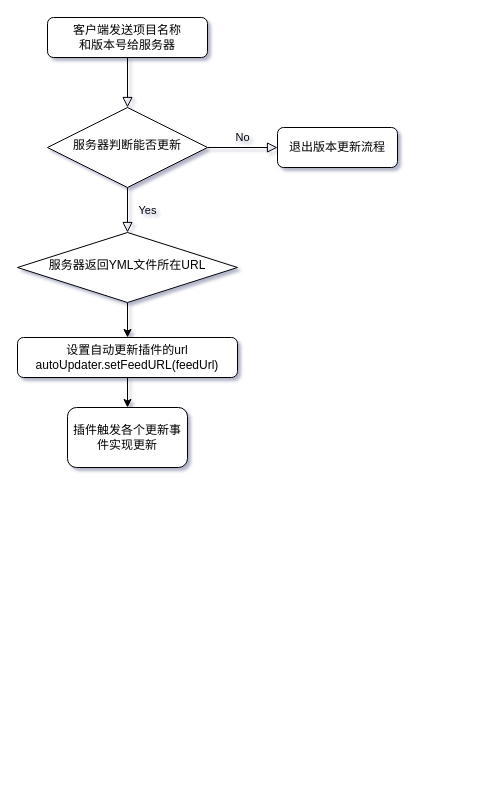
Before: 流程图/app版本更新实现.drawio in bitbw/my-gallery, a draw.io diagram. Source tidied: cells renumbered, new cells numbered last; positions are measured from the earlier drawing's top-left corner, leaving out a move shared by most shapes. Both pictures are drawn from the tidied source at 100%, with x=0, y=0 at pixel (17, 17).
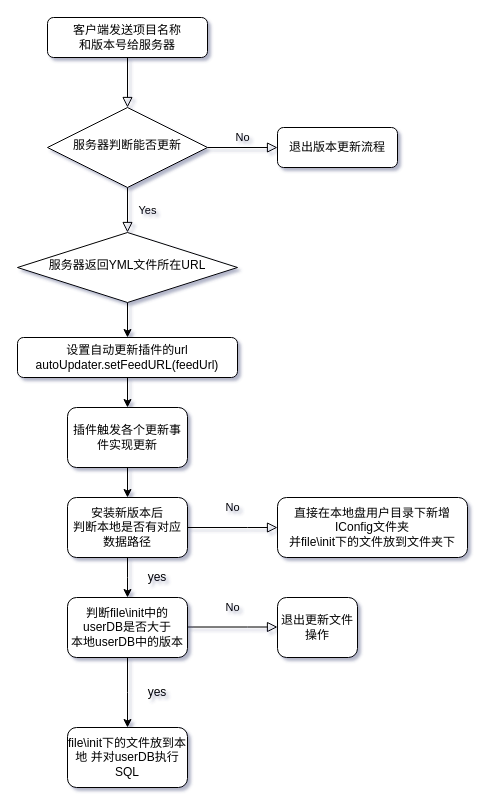
The same page after the edit.

Commit message (it also covers changes not shown here):
更新app版本更新实现.drawio

The change refers to these unchanged cells:
```xml
<mxCell id="12" value="插件触发各个更新事件实现更新" style="rounded=1;whiteSpace=wrap;html=1;" parent="1" vertex="1">
  <mxGeometry x="50" y="390" width="120" height="60" as="geometry" />
</mxCell>
```

Diff of the diagram source:
```diff
@@
+    <mxCell id="13" style="edgeStyle=orthogonalEdgeStyle;rounded=0;jettySize=auto;html=1;exitX=0.5;exitY=1;exitDx=0;exitDy=0;" parent="1" edge="1" source="12">
+      <mxGeometry relative="1" as="geometry">
+        <mxPoint x="110" y="480" as="targetPoint" />
+      </mxGeometry>
+    </mxCell>
@@
+    <mxCell id="14" style="edgeStyle=orthogonalEdgeStyle;rounded=0;jettySize=auto;html=1;" parent="1" edge="1" source="15">
+      <mxGeometry relative="1" as="geometry">
+        <mxPoint x="110" y="580" as="targetPoint" />
+      </mxGeometry>
+    </mxCell>
+    <mxCell id="15" value="安装新版本后&lt;br&gt;判断本地是否有对应数据路径" style="rounded=1;whiteSpace=wrap;html=1;" parent="1" vertex="1">
+      <mxGeometry x="50" y="480" width="120" height="60" as="geometry" />
+    </mxCell>
+    <mxCell id="16" value="No" style="edgeStyle=orthogonalEdgeStyle;rounded=0;html=1;jettySize=auto;fontSize=11;endArrow=block;endFill=0;endSize=8;strokeWidth=1;shadow=0;labelBackgroundColor=none;exitX=1;exitY=0.5;exitDx=0;exitDy=0;" parent="1" edge="1" source="15">
+      <mxGeometry y="20" relative="1" as="geometry">
+        <mxPoint x="260" y="510" as="targetPoint" />
+        <Array as="points">
+          <mxPoint x="230" y="510" />
+          <mxPoint x="230" y="510" />
+        </Array>
+      </mxGeometry>
+    </mxCell>
+    <mxCell id="17" value="直接在本地盘用户目录下新增IConfig文件夹&lt;br&gt;并file\init下的文件放到文件夹下" style="rounded=1;whiteSpace=wrap;html=1;" parent="1" vertex="1">
+      <mxGeometry x="260" y="480" width="190" height="60" as="geometry" />
+    </mxCell>
+    <mxCell id="18" value="yes" style="text;html=1;strokeColor=none;fillColor=none;align=center;verticalAlign=middle;whiteSpace=wrap;rounded=0;" parent="1" vertex="1">
+      <mxGeometry x="120" y="550" width="40" height="20" as="geometry" />
+    </mxCell>
+    <mxCell id="19" style="edgeStyle=orthogonalEdgeStyle;rounded=0;jettySize=auto;html=1;" parent="1" edge="1" source="20">
+      <mxGeometry relative="1" as="geometry">
+        <mxPoint x="110" y="710" as="targetPoint" />
+      </mxGeometry>
+    </mxCell>
+    <mxCell id="20" value="判断file\init中的userDB是否大于&lt;br&gt;本地userDB中的版本" style="rounded=1;whiteSpace=wrap;html=1;" parent="1" vertex="1">
+      <mxGeometry x="50" y="580" width="120" height="60" as="geometry" />
+    </mxCell>
+    <mxCell id="21" value="No" style="edgeStyle=orthogonalEdgeStyle;rounded=0;html=1;jettySize=auto;orthogonalLoop=1;fontSize=11;endArrow=block;endFill=0;endSize=8;strokeWidth=1;shadow=0;labelBackgroundColor=none;exitX=1;exitY=0.5;exitDx=0;exitDy=0;" parent="1" edge="1">
+      <mxGeometry y="20" relative="1" as="geometry">
+        <mxPoint x="170" y="609.5" as="sourcePoint" />
+        <mxPoint x="260" y="609.5" as="targetPoint" />
+        <Array as="points">
+          <mxPoint x="230" y="609.5" />
+          <mxPoint x="230" y="609.5" />
+        </Array>
+      </mxGeometry>
+    </mxCell>
+    <mxCell id="22" value="退出更新文件操作" style="rounded=1;whiteSpace=wrap;html=1;" parent="1" vertex="1">
+      <mxGeometry x="260" y="580" width="80" height="60" as="geometry" />
+    </mxCell>
+    <mxCell id="23" value="yes" style="text;html=1;strokeColor=none;fillColor=none;align=center;verticalAlign=middle;whiteSpace=wrap;rounded=0;" parent="1" vertex="1">
+      <mxGeometry x="120" y="660" width="40" height="30" as="geometry" />
+    </mxCell>
+    <mxCell id="24" value="&lt;span&gt;file\init下的文件放到本地 并对userDB执行SQL&lt;/span&gt;" style="rounded=1;whiteSpace=wrap;html=1;" parent="1" vertex="1">
+      <mxGeometry x="50" y="710" width="120" height="60" as="geometry" />
+    </mxCell>
```
